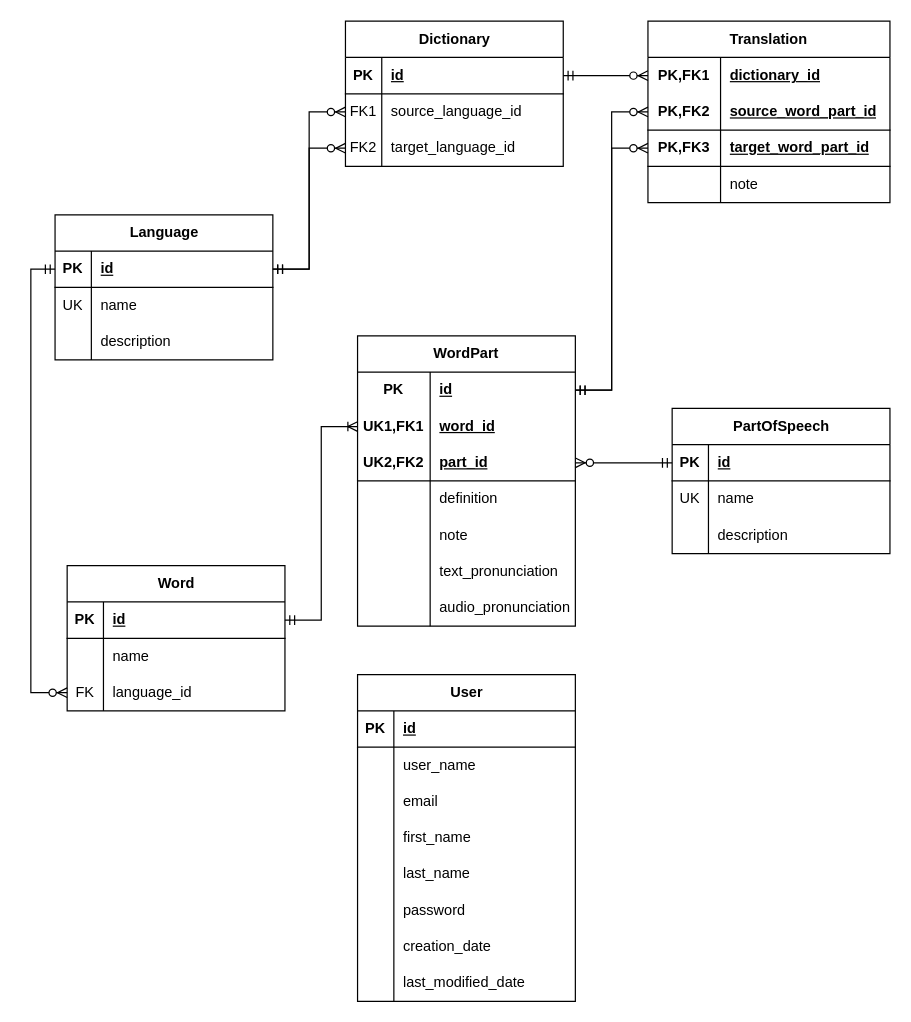
This is page "ERD" (1 of 3) of urhobo_erd.drawio from rulecoconuts/urhobo_dictionary_web_api, a draw.io file, before an edit. Source tidied: cells renumbered, new cells numbered last; positions are measured from the earlier drawing's top-left corner, leaving out a move shared by most shapes. Both pictures are drawn from the tidied source at 121%, with x=0, y=0 at pixel (30, 21).
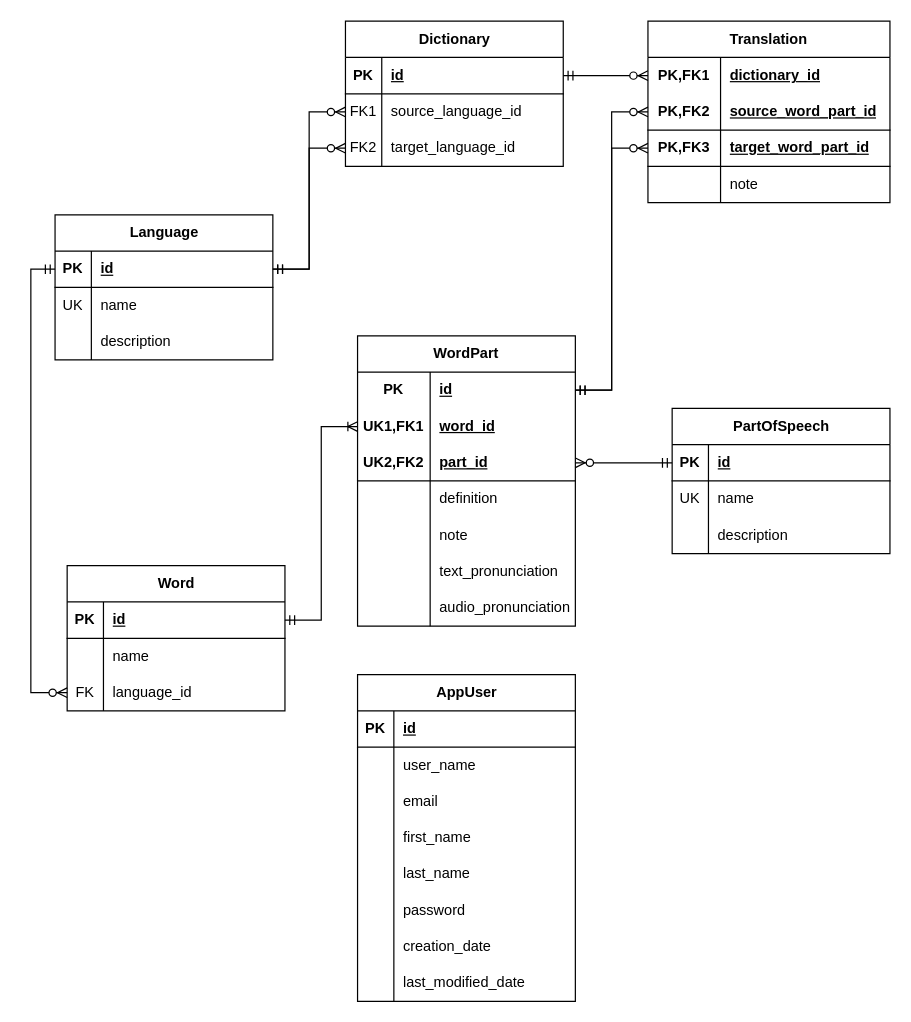
The same page after the edit.

Commit message (it also covers changes not shown here):
added db migrations to create user, part of speech and language tables

Change to the diagram source:
```diff
@@
-    <mxCell id="85" value="User" style="shape=table;startSize=30;childLayout=tableLayout;rowLines=0;fontStyle=1;align=center;html=1;" parent="1" vertex="1">
+    <mxCell id="85" value="AppUser" style="shape=table;startSize=30;childLayout=tableLayout;rowLines=0;fontStyle=1;align=center;html=1;" parent="1" vertex="1">
       <mxGeometry x="270" y="540" width="180" height="270" as="geometry" />
     </mxCell>
```
